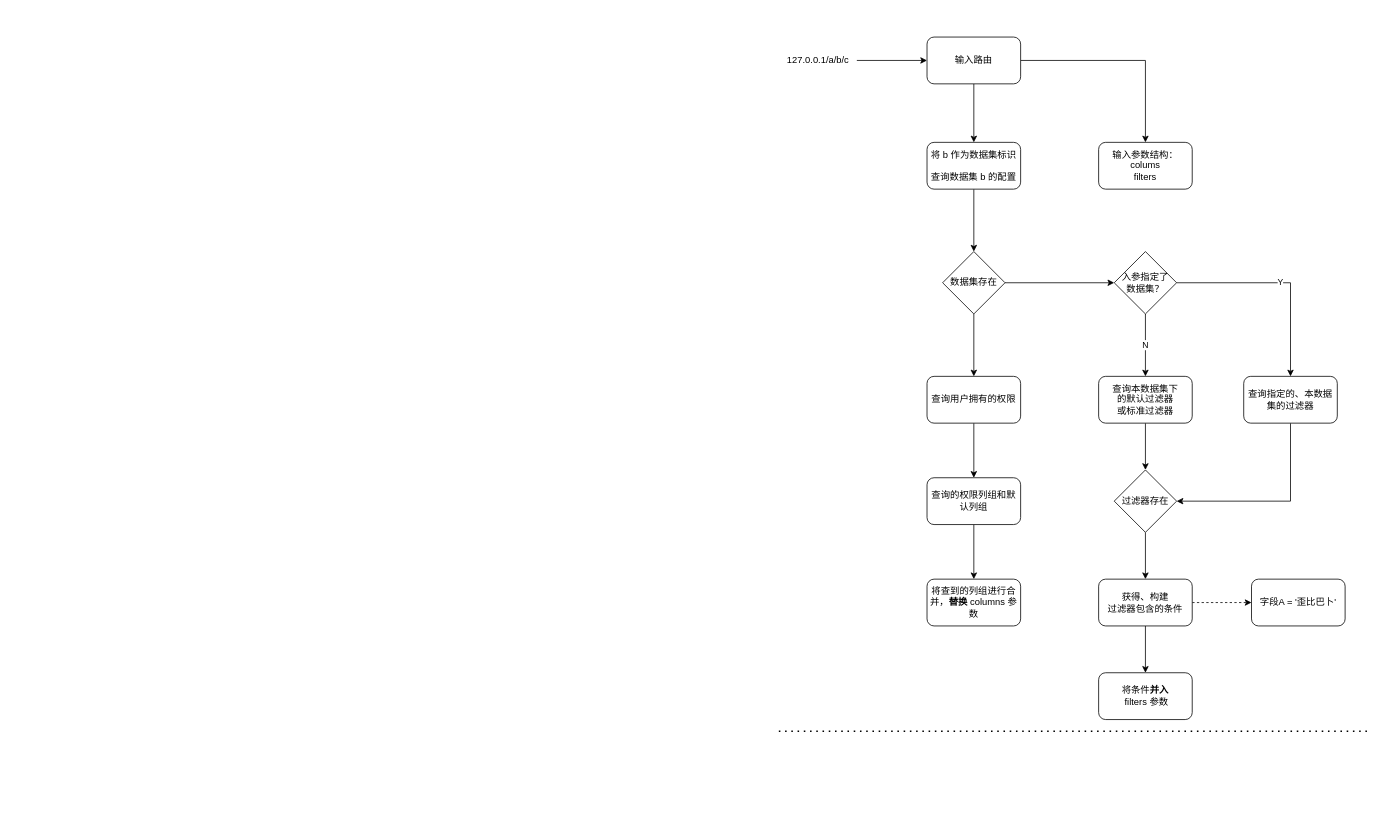
Above: page "Request Analyze" (5 of 6) of 结构分析.drawio in uiosun/diagrams (draw.io), before the change. Source tidied: cells renumbered, new cells numbered last; positions are measured from the earlier drawing's top-left corner, leaving out a move shared by most shapes. Both pictures are drawn from the tidied source at 78%, with x=0, y=0 at pixel (778, 37).
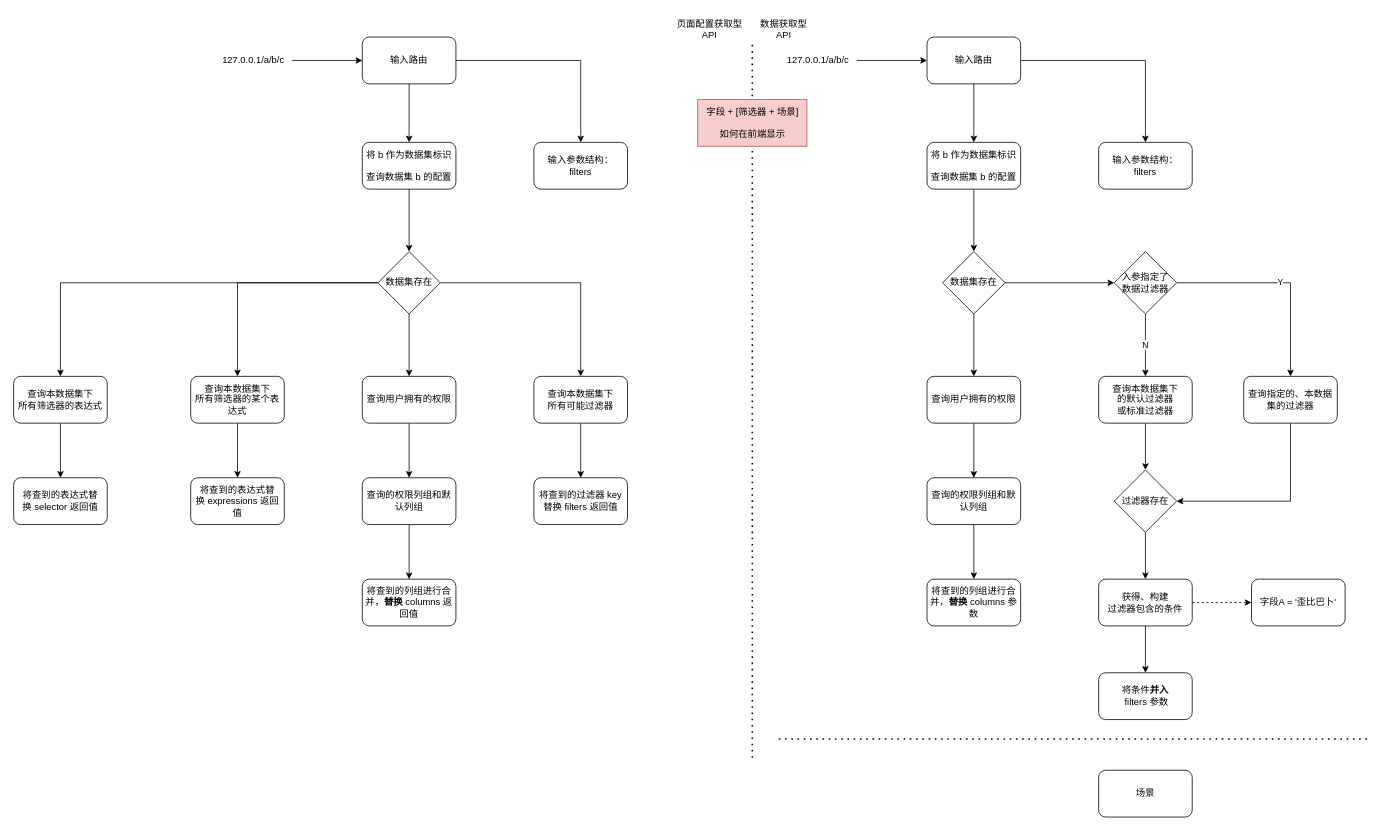
The same page after the edit.

The edit, as a diff of the source:
```diff
@@
     <mxCell id="25" style="endArrow=none;dashed=1;html=1;dashPattern=1 3;strokeWidth=2;rounded=0;" parent="1" edge="1">
       <mxGeometry relative="1" as="geometry">
-        <mxPoint y="890" as="sourcePoint" />
-        <mxPoint x="760" y="890" as="targetPoint" />
+        <mxPoint x="-34" y="10" as="sourcePoint" />
+        <mxPoint x="-34" y="930" as="targetPoint" />
       </mxGeometry>
     </mxCell>
-    <mxCell id="26" value="输入参数结构：&lt;br&gt;colums&lt;br&gt;filters" style="rounded=1;whiteSpace=wrap;html=1;" parent="1" vertex="1">
+    <mxCell id="26" value="输入参数结构：&lt;br&gt;filters" style="rounded=1;whiteSpace=wrap;html=1;" parent="1" vertex="1">
       <mxGeometry x="410" y="135" width="120" height="60" as="geometry" />
     </mxCell>
@@
-    <mxCell id="29" value="入参指定了&lt;br&gt;数据集？" style="rhombus;whiteSpace=wrap;html=1;" parent="1" vertex="1">
+    <mxCell id="29" value="入参指定了&lt;br&gt;数据过滤器" style="rhombus;whiteSpace=wrap;html=1;" parent="1" vertex="1">
       <mxGeometry x="430" y="275" width="80" height="80" as="geometry" />
     </mxCell>
@@
+    <mxCell id="33" value="场景" style="rounded=1;whiteSpace=wrap;html=1;" parent="1" vertex="1">
+      <mxGeometry x="410" y="940" width="120" height="60" as="geometry" />
+    </mxCell>
+    <mxCell id="34" style="endArrow=none;dashed=1;html=1;dashPattern=1 3;strokeWidth=2;rounded=0;" parent="1" edge="1">
+      <mxGeometry relative="1" as="geometry">
+        <mxPoint y="900" as="sourcePoint" />
+        <mxPoint x="760" y="900" as="targetPoint" />
+      </mxGeometry>
+    </mxCell>
+    <mxCell id="35" value="数据获取型&lt;br&gt;API" style="text;html=1;align=center;verticalAlign=middle;strokeColor=none;fillColor=none;" parent="1" vertex="1">
+      <mxGeometry x="-34" y="-30" width="80" height="40" as="geometry" />
+    </mxCell>
+    <mxCell id="36" value="页面配置获取型&lt;br&gt;API" style="text;html=1;align=center;verticalAlign=middle;strokeColor=none;fillColor=none;" parent="1" vertex="1">
+      <mxGeometry x="-144" y="-30" width="110" height="40" as="geometry" />
+    </mxCell>
+    <mxCell id="37" style="edgeStyle=orthogonalEdgeStyle;rounded=0;jettySize=auto;html=1;" parent="1" edge="1" source="38" target="41">
+      <mxGeometry relative="1" as="geometry" />
+    </mxCell>
+    <mxCell id="38" value="127.0.0.1/a/b/c" style="text;html=1;align=center;verticalAlign=middle;points=[];strokeColor=none;fillColor=none;" parent="1" vertex="1">
+      <mxGeometry x="-724" y="15" width="100" height="30" as="geometry" />
+    </mxCell>
+    <mxCell id="39" style="edgeStyle=orthogonalEdgeStyle;rounded=0;jettySize=auto;html=1;" parent="1" edge="1" source="41" target="42">
+      <mxGeometry relative="1" as="geometry" />
+    </mxCell>
+    <mxCell id="40" style="edgeStyle=orthogonalEdgeStyle;rounded=0;jettySize=auto;html=1;" parent="1" edge="1" source="41" target="43">
+      <mxGeometry relative="1" as="geometry" />
+    </mxCell>
+    <mxCell id="41" value="输入路由" style="rounded=1;whiteSpace=wrap;html=1;" parent="1" vertex="1">
+      <mxGeometry x="-534" width="120" height="60" as="geometry" />
+    </mxCell>
+    <mxCell id="42" value="将&amp;nbsp;b&amp;nbsp;作为数据集标识&lt;br&gt;&lt;br&gt;查询数据集 b 的配置" style="rounded=1;whiteSpace=wrap;html=1;" parent="1" vertex="1">
+      <mxGeometry x="-534" y="135" width="120" height="60" as="geometry" />
+    </mxCell>
+    <mxCell id="43" value="输入参数结构：&lt;br&gt;filters" style="rounded=1;whiteSpace=wrap;html=1;" parent="1" vertex="1">
+      <mxGeometry x="-314" y="135" width="120" height="60" as="geometry" />
+    </mxCell>
+    <mxCell id="44" style="edgeStyle=orthogonalEdgeStyle;rounded=0;jettySize=auto;html=1;" parent="1" edge="1" source="42" target="48">
+      <mxGeometry relative="1" as="geometry" />
+    </mxCell>
+    <mxCell id="45" style="edgeStyle=orthogonalEdgeStyle;rounded=0;jettySize=auto;html=1;" parent="1" edge="1" source="48" target="56">
+      <mxGeometry relative="1" as="geometry" />
+    </mxCell>
+    <mxCell id="46" style="edgeStyle=orthogonalEdgeStyle;rounded=0;jettySize=auto;html=1;" parent="1" edge="1" source="48" target="59">
+      <mxGeometry relative="1" as="geometry" />
+    </mxCell>
+    <mxCell id="47" style="edgeStyle=orthogonalEdgeStyle;rounded=0;jettySize=auto;html=1;" parent="1" edge="1" source="48" target="62">
+      <mxGeometry relative="1" as="geometry" />
+    </mxCell>
+    <mxCell id="48" value="数据集存在" style="rhombus;whiteSpace=wrap;html=1;" parent="1" vertex="1">
+      <mxGeometry x="-514" y="275" width="80" height="80" as="geometry" />
+    </mxCell>
+    <mxCell id="49" style="edgeStyle=orthogonalEdgeStyle;rounded=0;jettySize=auto;html=1;" parent="1" edge="1" source="48" target="51">
+      <mxGeometry relative="1" as="geometry" />
+    </mxCell>
+    <mxCell id="50" style="edgeStyle=orthogonalEdgeStyle;rounded=0;jettySize=auto;html=1;" parent="1" edge="1" source="51" target="53">
+      <mxGeometry relative="1" as="geometry" />
+    </mxCell>
+    <mxCell id="51" value="查询用户拥有的权限" style="rounded=1;whiteSpace=wrap;html=1;" parent="1" vertex="1">
+      <mxGeometry x="-534" y="435" width="120" height="60" as="geometry" />
+    </mxCell>
+    <mxCell id="52" style="edgeStyle=orthogonalEdgeStyle;rounded=0;jettySize=auto;html=1;" parent="1" edge="1" source="53" target="54">
+      <mxGeometry relative="1" as="geometry" />
+    </mxCell>
+    <mxCell id="53" value="查询的权限列组和默认列组" style="rounded=1;whiteSpace=wrap;html=1;" parent="1" vertex="1">
+      <mxGeometry x="-534" y="565" width="120" height="60" as="geometry" />
+    </mxCell>
+    <mxCell id="54" value="将查到的列组进行合并，&lt;b&gt;替换&lt;/b&gt; columns 返回值" style="rounded=1;whiteSpace=wrap;html=1;" parent="1" vertex="1">
+      <mxGeometry x="-534" y="695" width="120" height="60" as="geometry" />
+    </mxCell>
+    <mxCell id="55" style="edgeStyle=orthogonalEdgeStyle;rounded=0;jettySize=auto;html=1;" parent="1" edge="1" source="56" target="57">
+      <mxGeometry relative="1" as="geometry" />
+    </mxCell>
+    <mxCell id="56" value="查询本数据集下&lt;br&gt;所有可能过滤器" style="rounded=1;whiteSpace=wrap;html=1;" parent="1" vertex="1">
+      <mxGeometry x="-314" y="435" width="120" height="60" as="geometry" />
+    </mxCell>
+    <mxCell id="57" value="将查到的过滤器&amp;nbsp;key 替换 filters 返回值" style="rounded=1;whiteSpace=wrap;html=1;" parent="1" vertex="1">
+      <mxGeometry x="-314" y="565" width="120" height="60" as="geometry" />
+    </mxCell>
+    <mxCell id="58" style="edgeStyle=orthogonalEdgeStyle;rounded=0;jettySize=auto;html=1;" parent="1" edge="1" source="59" target="60">
+      <mxGeometry relative="1" as="geometry" />
+    </mxCell>
+    <mxCell id="59" value="查询本数据集下&lt;br&gt;所有筛选器的某个表达式" style="rounded=1;whiteSpace=wrap;html=1;" parent="1" vertex="1">
+      <mxGeometry x="-754" y="435" width="120" height="60" as="geometry" />
+    </mxCell>
+    <mxCell id="60" value="将查到的表达式替换&amp;nbsp;expressions 返回值" style="rounded=1;whiteSpace=wrap;html=1;" parent="1" vertex="1">
+      <mxGeometry x="-754" y="565" width="120" height="60" as="geometry" />
+    </mxCell>
+    <mxCell id="61" style="edgeStyle=orthogonalEdgeStyle;rounded=0;jettySize=auto;html=1;" parent="1" edge="1" source="62" target="63">
+      <mxGeometry relative="1" as="geometry" />
+    </mxCell>
+    <mxCell id="62" value="查询本数据集下&lt;br&gt;所有筛选器的表达式" style="rounded=1;whiteSpace=wrap;html=1;" parent="1" vertex="1">
+      <mxGeometry x="-981" y="435" width="120" height="60" as="geometry" />
+    </mxCell>
+    <mxCell id="63" value="将查到的表达式替换&amp;nbsp;selector 返回值" style="rounded=1;whiteSpace=wrap;html=1;" parent="1" vertex="1">
+      <mxGeometry x="-981" y="565" width="120" height="60" as="geometry" />
+    </mxCell>
+    <mxCell id="64" value="字段 + [筛选器 +&amp;nbsp;场景]&lt;br&gt;&lt;br&gt;如何在前端显示" style="text;html=1;align=center;verticalAlign=middle;strokeColor=#b85450;fillColor=#f8cecc;" parent="1" vertex="1">
+      <mxGeometry x="-104" y="80" width="140" height="60" as="geometry" />
+    </mxCell>
```
